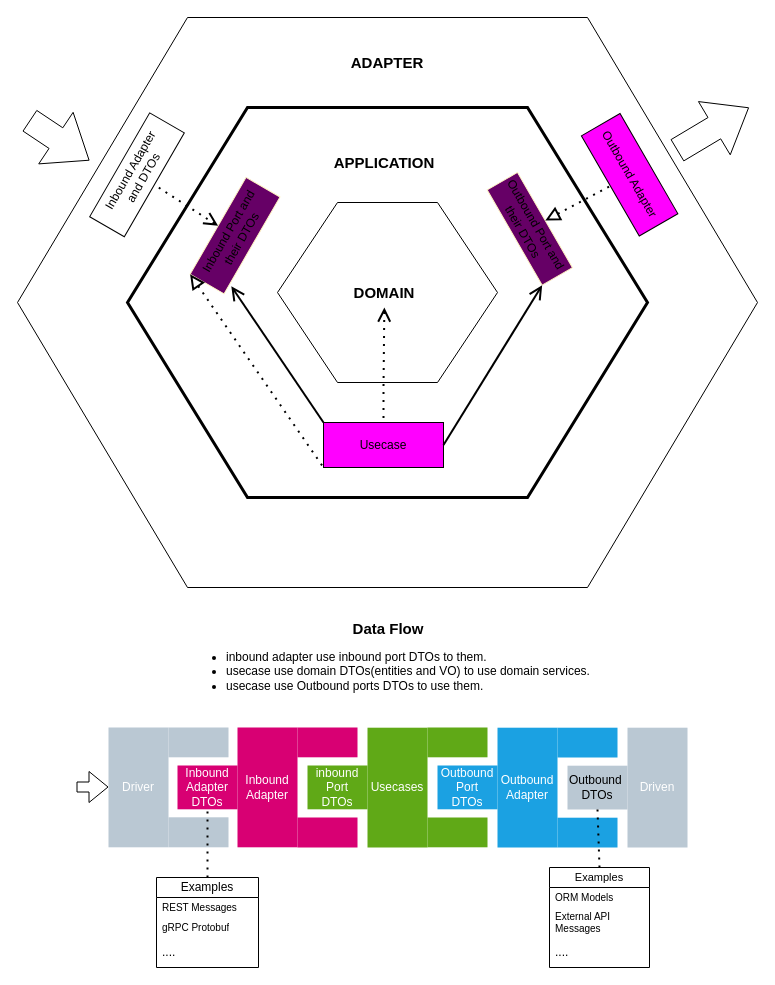
Above: page "Poster" (1 of 3) of diagrams/diagram.drawio in nimannv/ports-and-adapters-guidelines (draw.io), before the change. Source tidied: cells renumbered, new cells numbered last; positions are measured from the earlier drawing's top-left corner, leaving out a move shared by most shapes. Both pictures are drawn from the tidied source at 100%, with x=0, y=0 at pixel (17, 17).
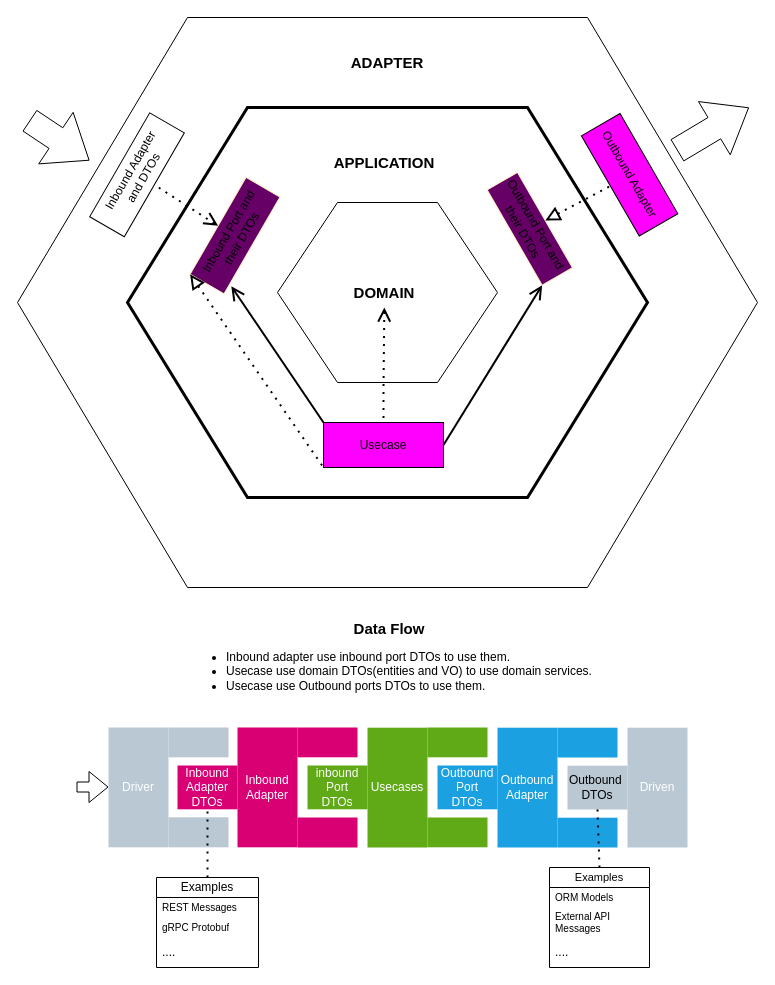
Above is the later version.

Commit message (it also covers changes not shown here):
docs: add architectural diagrams and update README for ports and adapters guidelines

What changed in the source:
```diff
@@
-    <mxCell id="9" value="&lt;div style=&quot;text-align: center;&quot;&gt;&lt;b style=&quot;background-color: transparent; color: light-dark(rgb(0, 0, 0), rgb(255, 255, 255));&quot;&gt;&lt;font style=&quot;font-size: 15px;&quot;&gt;Data Flow&lt;/font&gt;&lt;/b&gt;&lt;/div&gt;&lt;ul&gt;&lt;li&gt;inbound adapter use inbound port DTOs to them.&lt;/li&gt;&lt;li&gt;usecase use domain DTOs(entities and VO) to use domain services.&lt;/li&gt;&lt;li&gt;usecase use Outbound ports DTOs to use them.&lt;span style=&quot;background-color: transparent; color: light-dark(rgb(0, 0, 0), rgb(255, 255, 255));&quot;&gt;&amp;nbsp;&lt;/span&gt;&lt;/li&gt;&lt;/ul&gt;" style="text;html=1;whiteSpace=wrap;strokeColor=none;fillColor=none;align=left;verticalAlign=middle;rounded=0;" parent="1" vertex="1">
+    <mxCell id="9" value="&lt;div style=&quot;text-align: center;&quot;&gt;&lt;b style=&quot;background-color: transparent; color: light-dark(rgb(0, 0, 0), rgb(255, 255, 255));&quot;&gt;&lt;font style=&quot;font-size: 15px;&quot;&gt;Data Flow&lt;/font&gt;&lt;/b&gt;&lt;/div&gt;&lt;ul&gt;&lt;li&gt;Inbound adapter use inbound port DTOs to use them.&lt;/li&gt;&lt;li&gt;Usecase use domain DTOs(entities and VO) to use domain services.&lt;/li&gt;&lt;li&gt;Usecase use Outbound ports DTOs to use them.&lt;span style=&quot;background-color: transparent; color: light-dark(rgb(0, 0, 0), rgb(255, 255, 255));&quot;&gt;&amp;nbsp;&lt;/span&gt;&lt;/li&gt;&lt;/ul&gt;" style="text;html=1;whiteSpace=wrap;strokeColor=none;fillColor=none;align=left;verticalAlign=middle;rounded=0;" parent="1" vertex="1">
       <mxGeometry x="167.2" y="610" width="412.5" height="70" as="geometry" />
     </mxCell>
```
